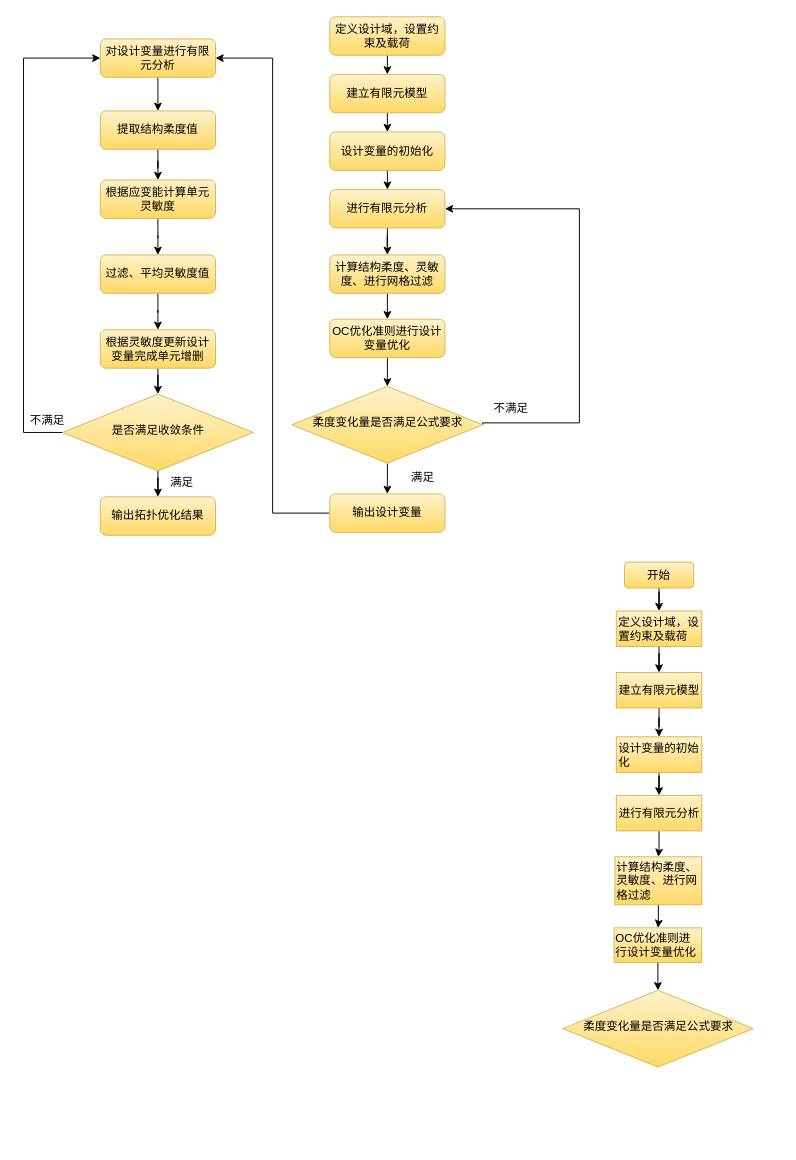
The draw.io diagram page "Page-1" (1 of 2) of 未命名绘图.drawio in 1078089635/BESO, before the edit. Source tidied: cells renumbered, new cells numbered last; positions are measured from the earlier drawing's top-left corner, leaving out a move shared by most shapes. Both pictures are drawn from the tidied source at 96%, with x=0, y=0 at pixel (18, 16).
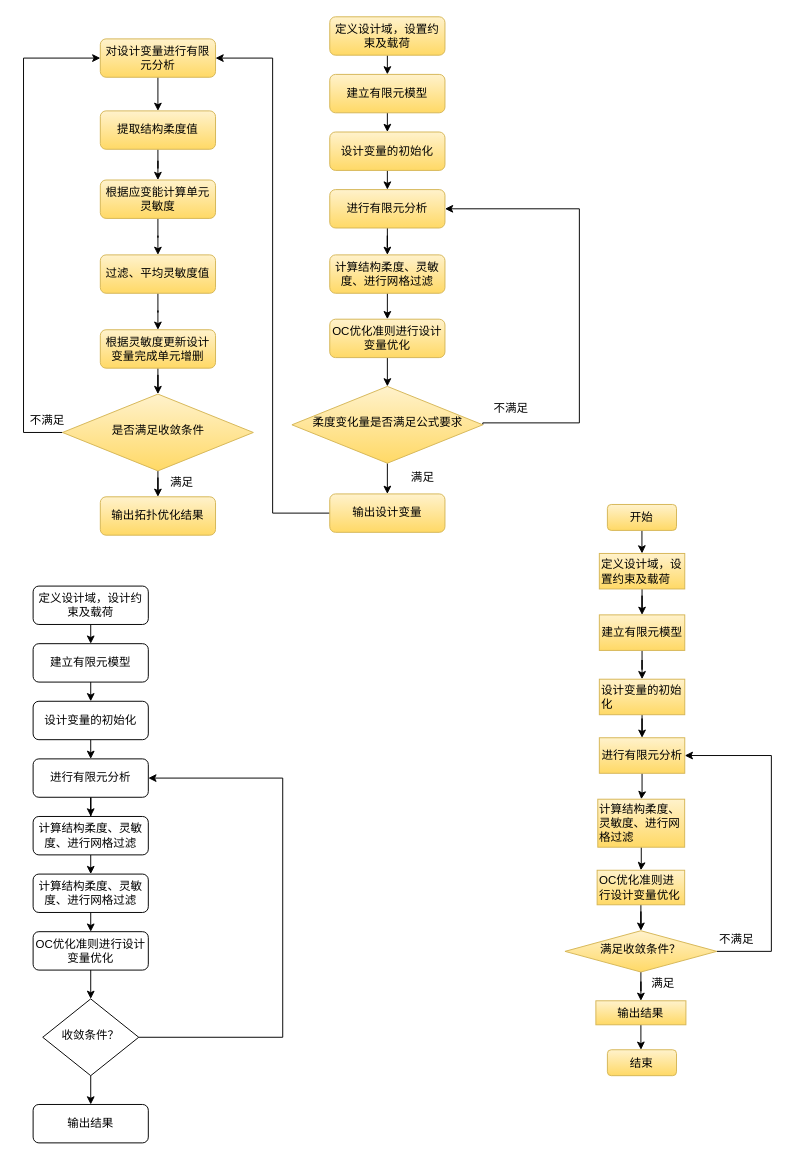
Above is the later version.

Commit message:
第三章所有绘图.drawio

The edit, as a diff of the source:
```diff
@@
     <mxCell id="38" value="定义设计域，设置约束及载荷" style="rounded=0;whiteSpace=wrap;html=1;gradientColor=#FFD966;fillColor=#FFF2CC;strokeColor=#D6B656;align=left;" parent="1" vertex="1">
-      <mxGeometry x="622.5" y="619" width="89" height="37" as="geometry" />
+      <mxGeometry x="604.8" y="559" width="89" height="37" as="geometry" />
     </mxCell>
@@
     <mxCell id="40" value="开始" style="rounded=1;whiteSpace=wrap;html=1;fontSize=12;glass=0;strokeWidth=1;shadow=0;fillColor=#fff2cc;strokeColor=#d6b656;gradientColor=#ffd966;" parent="1" vertex="1">
-      <mxGeometry x="631" y="568" width="72" height="27" as="geometry" />
+      <mxGeometry x="613.2" y="508" width="72" height="27" as="geometry" />
     </mxCell>
@@
     <mxCell id="42" value="建立有限元模型" style="rounded=0;whiteSpace=wrap;html=1;gradientColor=#FFD966;fillColor=#FFF2CC;strokeColor=#D6B656;" parent="1" vertex="1">
-      <mxGeometry x="622.5" y="683" width="89" height="37" as="geometry" />
+      <mxGeometry x="604.8" y="623" width="89" height="37" as="geometry" />
     </mxCell>
@@
     <mxCell id="44" value="设计变量的初始化" style="rounded=0;whiteSpace=wrap;html=1;gradientColor=#FFD966;fillColor=#FFF2CC;strokeColor=#D6B656;align=left;" parent="1" vertex="1">
-      <mxGeometry x="622.5" y="750" width="89" height="37" as="geometry" />
+      <mxGeometry x="604.8" y="690" width="89" height="37" as="geometry" />
     </mxCell>
@@
     <mxCell id="46" value="进行有限元分析" style="rounded=0;whiteSpace=wrap;html=1;gradientColor=#FFD966;fillColor=#FFF2CC;strokeColor=#D6B656;" parent="1" vertex="1">
-      <mxGeometry x="622.5" y="811" width="89" height="37" as="geometry" />
+      <mxGeometry x="604.8" y="751" width="89" height="37" as="geometry" />
     </mxCell>
@@
     <mxCell id="48" value="计算结构柔度、灵敏度、进行网格过滤" style="rounded=0;whiteSpace=wrap;html=1;gradientColor=#FFD966;fillColor=#FFF2CC;strokeColor=#D6B656;align=left;" parent="1" vertex="1">
-      <mxGeometry x="621" y="875" width="90.5" height="50" as="geometry" />
+      <mxGeometry x="603.2" y="815" width="90.5" height="50" as="geometry" />
     </mxCell>
@@
     <mxCell id="50" value="OC优化准则进行设计变量优化" style="rounded=0;whiteSpace=wrap;html=1;gradientColor=#FFD966;fillColor=#FFF2CC;strokeColor=#D6B656;align=left;" parent="1" vertex="1">
-      <mxGeometry x="620.2" y="949" width="91.2" height="36" as="geometry" />
+      <mxGeometry x="602.5" y="889" width="91.2" height="36" as="geometry" />
     </mxCell>
+    <mxCell id="52" style="edgeStyle=orthogonalEdgeStyle;rounded=0;jettySize=auto;html=1;entryX=1;entryY=0.5;entryDx=0;entryDy=0;" parent="1" edge="1" source="51" target="46">
+      <mxGeometry relative="1" as="geometry">
+        <Array as="points">
+          <mxPoint x="784" y="973" />
+          <mxPoint x="784" y="769" />
+        </Array>
+      </mxGeometry>
+    </mxCell>
+    <mxCell id="53" style="edgeStyle=orthogonalEdgeStyle;rounded=0;jettySize=auto;html=1;" parent="1" edge="1" source="51" target="74">
+      <mxGeometry relative="1" as="geometry" />
+    </mxCell>
-    <mxCell id="51" value="柔度变化量是否满足公式要求" style="rhombus;whiteSpace=wrap;html=1;shadow=0;fontFamily=Helvetica;fontSize=12;align=center;strokeWidth=1;spacing=6;spacingTop=-4;fillColor=#fff2cc;gradientColor=#ffd966;strokeColor=#d6b656;" parent="1" vertex="1">
-      <mxGeometry x="566.5" y="1014" width="198.8" height="80" as="geometry" />
+    <mxCell id="51" value="满足收敛条件？" style="rhombus;whiteSpace=wrap;html=1;shadow=0;fontFamily=Helvetica;fontSize=12;align=center;strokeWidth=1;spacing=6;spacingTop=-4;fillColor=#fff2cc;gradientColor=#ffd966;strokeColor=#d6b656;" parent="1" vertex="1">
+      <mxGeometry x="569" y="952" width="158.2" height="43" as="geometry" />
     </mxCell>
+    <mxCell id="54" style="edgeStyle=orthogonalEdgeStyle;rounded=0;jettySize=auto;html=1;exitX=0.5;exitY=1;exitDx=0;exitDy=0;entryX=0.5;entryY=0;entryDx=0;entryDy=0;" parent="1" edge="1" source="55" target="61">
+      <mxGeometry relative="1" as="geometry" />
+    </mxCell>
+    <mxCell id="55" value="定义设计域，设计约束及载荷" style="rounded=1;whiteSpace=wrap;html=1;fontSize=12;glass=0;strokeWidth=1;shadow=0;" parent="1" vertex="1">
+      <mxGeometry x="15" y="593" width="120" height="40" as="geometry" />
+    </mxCell>
+    <mxCell id="56" style="edgeStyle=orthogonalEdgeStyle;rounded=0;jettySize=auto;html=1;entryX=1;entryY=0.5;entryDx=0;entryDy=0;" parent="1" edge="1" source="58" target="65">
+      <mxGeometry relative="1" as="geometry">
+        <Array as="points">
+          <mxPoint x="275" y="1063" />
+          <mxPoint x="275" y="793" />
+        </Array>
+      </mxGeometry>
+    </mxCell>
+    <mxCell id="57" style="edgeStyle=orthogonalEdgeStyle;rounded=0;jettySize=auto;html=1;exitX=0.5;exitY=1;exitDx=0;exitDy=0;entryX=0.5;entryY=0;entryDx=0;entryDy=0;" parent="1" edge="1" source="58" target="59">
+      <mxGeometry relative="1" as="geometry" />
+    </mxCell>
+    <mxCell id="58" value="收敛条件？" style="rhombus;whiteSpace=wrap;html=1;shadow=0;fontFamily=Helvetica;fontSize=12;align=center;strokeWidth=1;spacing=6;spacingTop=-4;" parent="1" vertex="1">
+      <mxGeometry x="25" y="1023" width="100" height="80" as="geometry" />
+    </mxCell>
+    <mxCell id="59" value="输出结果" style="rounded=1;whiteSpace=wrap;html=1;fontSize=12;glass=0;strokeWidth=1;shadow=0;" parent="1" vertex="1">
+      <mxGeometry x="15" y="1133" width="120" height="40" as="geometry" />
+    </mxCell>
+    <mxCell id="60" style="edgeStyle=orthogonalEdgeStyle;rounded=0;jettySize=auto;html=1;exitX=0.5;exitY=1;exitDx=0;exitDy=0;entryX=0.5;entryY=0;entryDx=0;entryDy=0;" parent="1" edge="1" source="61" target="63">
+      <mxGeometry relative="1" as="geometry" />
+    </mxCell>
+    <mxCell id="61" value="建立有限元模型" style="rounded=1;whiteSpace=wrap;html=1;fontSize=12;glass=0;strokeWidth=1;shadow=0;" parent="1" vertex="1">
+      <mxGeometry x="15" y="653" width="120" height="40" as="geometry" />
+    </mxCell>
+    <mxCell id="62" style="edgeStyle=orthogonalEdgeStyle;rounded=0;jettySize=auto;html=1;exitX=0.5;exitY=1;exitDx=0;exitDy=0;entryX=0.5;entryY=0;entryDx=0;entryDy=0;" parent="1" edge="1" source="63" target="65">
+      <mxGeometry relative="1" as="geometry" />
+    </mxCell>
+    <mxCell id="63" value="设计变量的初始化" style="rounded=1;whiteSpace=wrap;html=1;fontSize=12;glass=0;strokeWidth=1;shadow=0;" parent="1" vertex="1">
+      <mxGeometry x="15" y="713" width="120" height="40" as="geometry" />
+    </mxCell>
+    <mxCell id="64" style="edgeStyle=orthogonalEdgeStyle;rounded=0;jettySize=auto;html=1;exitX=0.5;exitY=1;exitDx=0;exitDy=0;" parent="1" edge="1" source="65" target="67">
+      <mxGeometry relative="1" as="geometry" />
+    </mxCell>
+    <mxCell id="65" value="进行有限元分析" style="rounded=1;whiteSpace=wrap;html=1;fontSize=12;glass=0;strokeWidth=1;shadow=0;" parent="1" vertex="1">
+      <mxGeometry x="15" y="773" width="120" height="40" as="geometry" />
+    </mxCell>
+    <mxCell id="66" style="edgeStyle=orthogonalEdgeStyle;rounded=0;jettySize=auto;html=1;exitX=0.5;exitY=1;exitDx=0;exitDy=0;entryX=0.5;entryY=0;entryDx=0;entryDy=0;" parent="1" edge="1" source="67" target="69">
+      <mxGeometry relative="1" as="geometry" />
+    </mxCell>
+    <mxCell id="67" value="计算结构柔度、灵敏度、进行网格过滤" style="rounded=1;whiteSpace=wrap;html=1;fontSize=12;glass=0;strokeWidth=1;shadow=0;" parent="1" vertex="1">
+      <mxGeometry x="15" y="833" width="120" height="40" as="geometry" />
+    </mxCell>
+    <mxCell id="68" style="edgeStyle=orthogonalEdgeStyle;rounded=0;jettySize=auto;html=1;exitX=0.5;exitY=1;exitDx=0;exitDy=0;entryX=0.5;entryY=0;entryDx=0;entryDy=0;" parent="1" edge="1" source="69" target="71">
+      <mxGeometry relative="1" as="geometry" />
+    </mxCell>
+    <mxCell id="69" value="计算结构柔度、灵敏度、进行网格过滤" style="rounded=1;whiteSpace=wrap;html=1;fontSize=12;glass=0;strokeWidth=1;shadow=0;" parent="1" vertex="1">
+      <mxGeometry x="15" y="893" width="120" height="40" as="geometry" />
+    </mxCell>
+    <mxCell id="70" style="edgeStyle=orthogonalEdgeStyle;rounded=0;jettySize=auto;html=1;exitX=0.5;exitY=1;exitDx=0;exitDy=0;entryX=0.5;entryY=0;entryDx=0;entryDy=0;" parent="1" edge="1" source="71" target="58">
+      <mxGeometry relative="1" as="geometry" />
+    </mxCell>
+    <mxCell id="71" value="OC优化准则进行设计变量优化" style="rounded=1;whiteSpace=wrap;html=1;fontSize=12;glass=0;strokeWidth=1;shadow=0;" parent="1" vertex="1">
+      <mxGeometry x="15" y="953" width="120" height="40" as="geometry" />
+    </mxCell>
+    <mxCell id="72" value="不满足" style="text;strokeColor=none;align=center;fillColor=none;html=1;verticalAlign=middle;whiteSpace=wrap;rounded=0;" parent="1" vertex="1">
+      <mxGeometry x="718.2" y="946" width="60" height="30" as="geometry" />
+    </mxCell>
+    <mxCell id="73" style="edgeStyle=orthogonalEdgeStyle;rounded=0;jettySize=auto;html=1;" parent="1" edge="1" source="74">
+      <mxGeometry relative="1" as="geometry">
+        <mxPoint x="648.2" y="1076" as="targetPoint" />
+      </mxGeometry>
+    </mxCell>
+    <mxCell id="74" value="输出结果" style="rounded=0;whiteSpace=wrap;html=1;gradientColor=#FFD966;fillColor=#FFF2CC;strokeColor=#D6B656;align=center;" parent="1" vertex="1">
+      <mxGeometry x="601.2" y="1025" width="93.8" height="25" as="geometry" />
+    </mxCell>
+    <mxCell id="75" value="结束" style="rounded=1;whiteSpace=wrap;html=1;fontSize=12;glass=0;strokeWidth=1;shadow=0;fillColor=#fff2cc;strokeColor=#d6b656;gradientColor=#ffd966;" parent="1" vertex="1">
+      <mxGeometry x="613.2" y="1076" width="72" height="27" as="geometry" />
+    </mxCell>
+    <mxCell id="76" value="满足" style="text;strokeColor=none;align=center;fillColor=none;html=1;verticalAlign=middle;whiteSpace=wrap;rounded=0;" parent="1" vertex="1">
+      <mxGeometry x="653" y="995" width="37" height="24" as="geometry" />
+    </mxCell>
```
